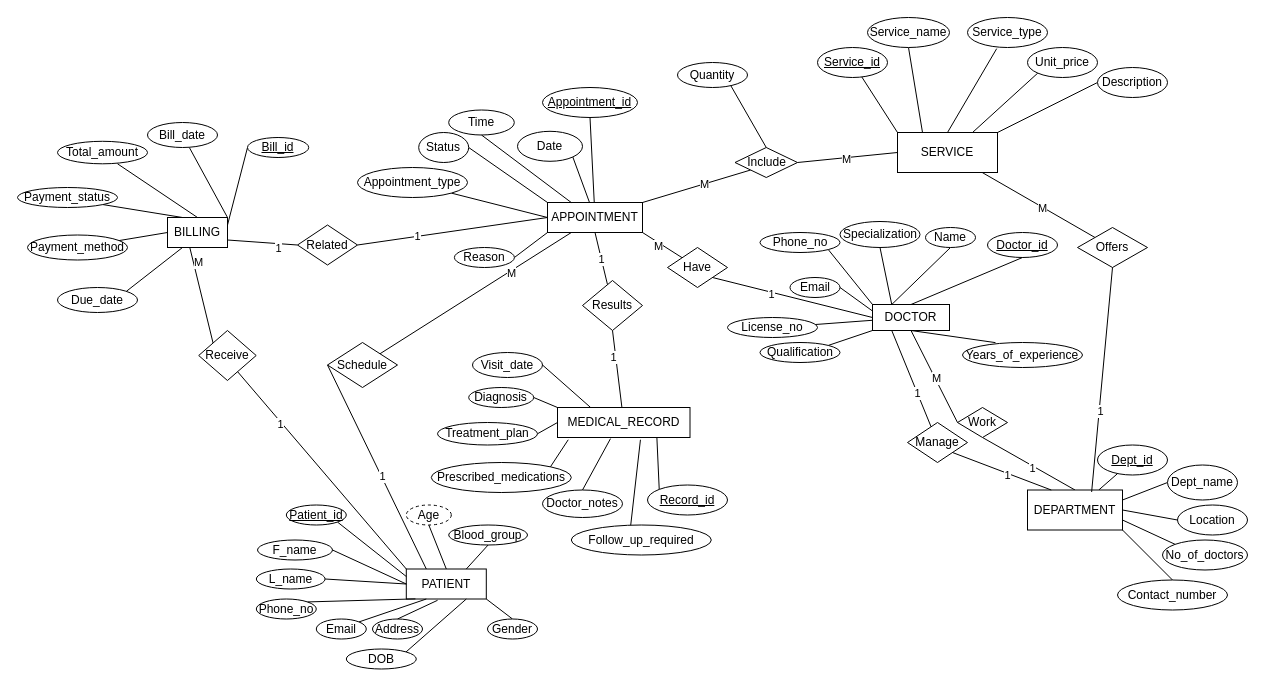
This is HMS_ERD.drawio from Mohammed-Alhassni/Hospital-Management-System-SQL-Practice, a draw.io file, before an edit. Source tidied: cells renumbered, new cells numbered last; positions are measured from the earlier drawing's top-left corner, leaving out a move shared by most shapes. Both pictures are drawn from the tidied source at 100%, with x=0, y=0 at pixel (17, 17).
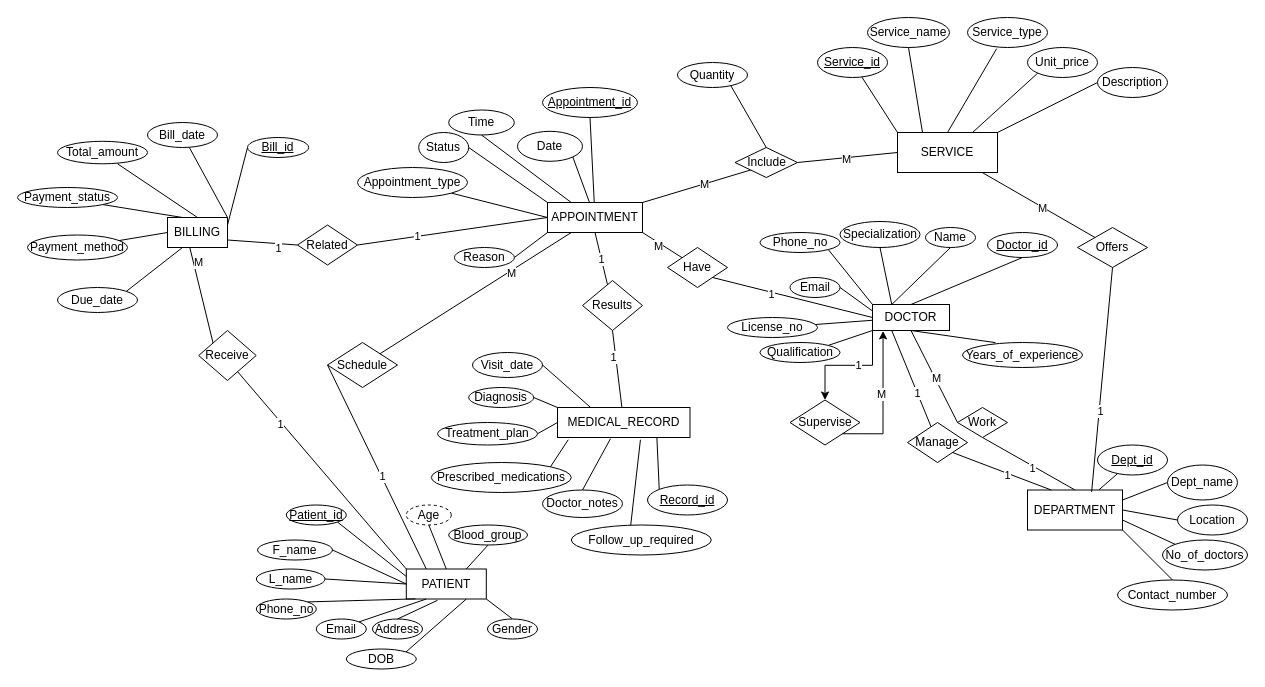
The same page after the edit.

Commit message:
Corrected the urinary relationship for Doctor entity

The change refers to these unchanged cells:
```xml
<mxCell id="53" value="DOCTOR" style="whiteSpace=wrap;html=1;align=center;" parent="1" vertex="1">
  <mxGeometry x="855" y="287" width="77" height="26" as="geometry" />
</mxCell>
```

The edit, as a diff of the source:
```diff
@@
+    <mxCell id="152" value="Supervise" style="shape=rhombus;perimeter=rhombusPerimeter;whiteSpace=wrap;html=1;align=center;" parent="1" vertex="1">
+      <mxGeometry x="772.5" y="382.5" width="70" height="45" as="geometry" />
+    </mxCell>
+    <mxCell id="153" style="edgeStyle=orthogonalEdgeStyle;rounded=0;jettySize=auto;html=1;exitX=0;exitY=1;exitDx=0;exitDy=0;entryX=0.5;entryY=0;entryDx=0;entryDy=0;" parent="1" edge="1" source="53" target="152">
+      <mxGeometry relative="1" as="geometry" />
+    </mxCell>
+    <mxCell id="154" value="1" style="edgeLabel;html=1;align=center;verticalAlign=middle;" parent="153" vertex="1">
+      <mxGeometry x="-0.17" relative="1" as="geometry" />
+    </mxCell>
+    <mxCell id="155" style="edgeStyle=orthogonalEdgeStyle;rounded=0;jettySize=auto;html=1;exitX=1;exitY=1;exitDx=0;exitDy=0;entryX=0.137;entryY=1.016;entryDx=0;entryDy=0;entryPerimeter=0;" parent="1" edge="1" source="152" target="53">
+      <mxGeometry relative="1" as="geometry" />
+    </mxCell>
+    <mxCell id="156" value="M" style="edgeLabel;html=1;align=center;verticalAlign=middle;" parent="155" vertex="1">
+      <mxGeometry x="0.11" y="2" relative="1" as="geometry" />
+    </mxCell>
```
